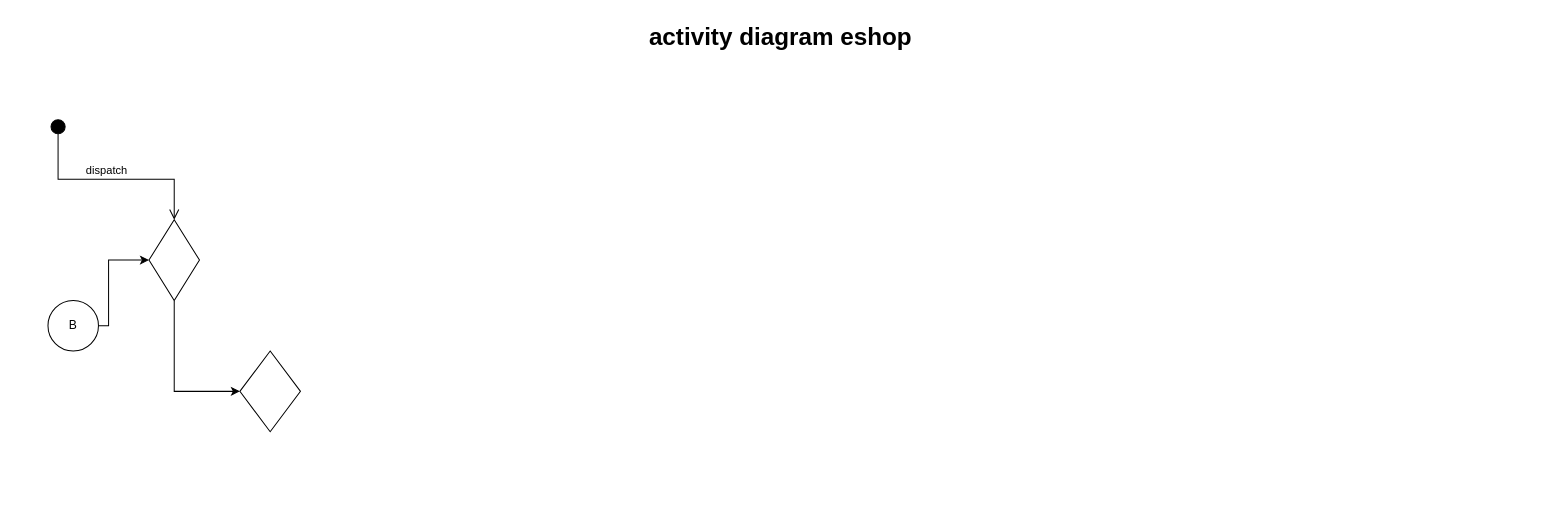
Before: Activity Diagram.drawio in Arxonus/Programms, a draw.io diagram. Source tidied: cells renumbered, new cells numbered last; positions are measured from the earlier drawing's top-left corner, leaving out a move shared by most shapes. Both pictures are drawn from the tidied source at 101%, with x=0, y=0 at pixel (17, 17).
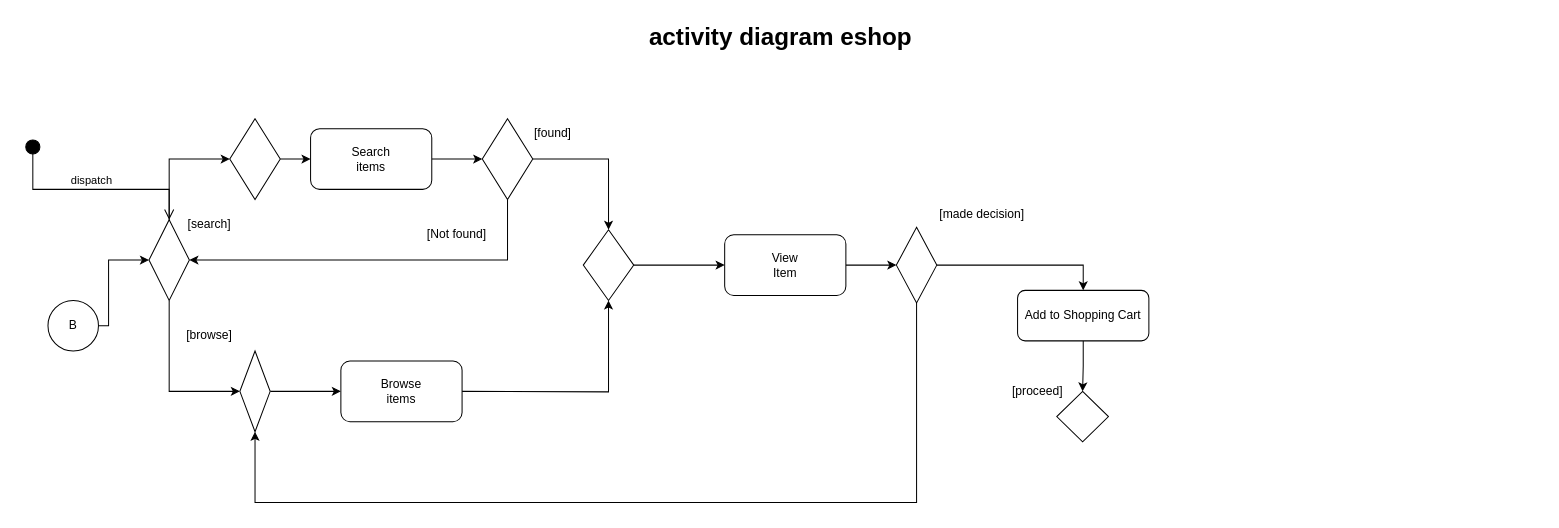
The same page after the edit.

Change to the diagram source:
```diff
@@
-    <mxCell id="3" value="dispatch" style="html=1;verticalAlign=bottom;startArrow=circle;startFill=1;endArrow=open;startSize=6;endSize=8;edgeStyle=elbowEdgeStyle;elbow=vertical;curved=0;rounded=0;entryX=0.5;entryY=0;entryDx=0;entryDy=0;" parent="1" edge="1" target="5">
-      <mxGeometry relative="1" as="geometry">
-        <mxPoint x="40" y="100" as="sourcePoint" />
-        <Array as="points">
-          <mxPoint x="130" y="160" />
-        </Array>
-      </mxGeometry>
-    </mxCell>
-    <mxCell id="4" style="edgeStyle=orthogonalEdgeStyle;rounded=0;jettySize=auto;html=1;entryX=0;entryY=0.5;entryDx=0;entryDy=0;" parent="1" edge="1" source="5" target="8">
+    <mxCell id="4" style="edgeStyle=orthogonalEdgeStyle;rounded=0;jettySize=auto;html=1;entryX=0;entryY=0.5;entryDx=0;entryDy=0;exitX=0.5;exitY=1;exitDx=0;exitDy=0;" parent="1" edge="1" source="5" target="8">
       <mxGeometry relative="1" as="geometry">
         <Array as="points">
-          <mxPoint x="155" y="370" />
+          <mxPoint x="150" y="370" />
         </Array>
       </mxGeometry>
     </mxCell>
+    <mxCell id="9" style="edgeStyle=orthogonalEdgeStyle;rounded=0;jettySize=auto;html=1;entryX=0;entryY=0.5;entryDx=0;entryDy=0;" parent="1" edge="1" source="5" target="17">
+      <mxGeometry relative="1" as="geometry">
+        <Array as="points">
+          <mxPoint x="150" y="140" />
+        </Array>
+      </mxGeometry>
+    </mxCell>
     <mxCell id="5" style="rhombus;whiteSpace=wrap;html=1;" parent="1" vertex="1">
-      <mxGeometry x="130" y="200" width="50" height="80" as="geometry" />
+      <mxGeometry x="130" y="200" width="40" height="80" as="geometry" />
     </mxCell>
@@
+    <mxCell id="10" style="edgeStyle=orthogonalEdgeStyle;rounded=0;jettySize=auto;html=1;" parent="1" edge="1" source="8">
+      <mxGeometry relative="1" as="geometry">
+        <mxPoint x="320" y="370" as="targetPoint" />
+      </mxGeometry>
+    </mxCell>
     <mxCell id="8" style="rhombus;whiteSpace=wrap;html=1;" parent="1" vertex="1">
-      <mxGeometry x="220" y="330" width="60" height="80" as="geometry" />
+      <mxGeometry x="220" y="330" width="30" height="80" as="geometry" />
     </mxCell>
+    <mxCell id="11" value="[search]" style="text;html=1;strokeColor=none;fillColor=none;align=center;verticalAlign=middle;whiteSpace=wrap;rounded=0;" parent="1" vertex="1">
+      <mxGeometry x="160" y="190" width="60" height="30" as="geometry" />
+    </mxCell>
+    <mxCell id="12" value="[browse]" style="text;html=1;strokeColor=none;fillColor=none;align=center;verticalAlign=middle;whiteSpace=wrap;rounded=0;" parent="1" vertex="1">
+      <mxGeometry x="160" y="300" width="60" height="30" as="geometry" />
+    </mxCell>
+    <mxCell id="13" style="edgeStyle=orthogonalEdgeStyle;rounded=0;jettySize=auto;html=1;entryX=0.5;entryY=1;entryDx=0;entryDy=0;" parent="1" edge="1" target="15">
+      <mxGeometry relative="1" as="geometry">
+        <mxPoint x="440" y="370" as="sourcePoint" />
+      </mxGeometry>
+    </mxCell>
+    <mxCell id="14" style="edgeStyle=orthogonalEdgeStyle;rounded=0;jettySize=auto;html=1;" parent="1" edge="1" source="15" target="27">
+      <mxGeometry relative="1" as="geometry" />
+    </mxCell>
+    <mxCell id="15" style="rhombus;whiteSpace=wrap;html=1;" parent="1" vertex="1">
+      <mxGeometry x="560" y="210" width="50" height="70" as="geometry" />
+    </mxCell>
+    <mxCell id="16" style="edgeStyle=orthogonalEdgeStyle;rounded=0;jettySize=auto;html=1;entryX=0;entryY=0.5;entryDx=0;entryDy=0;" parent="1" edge="1" source="17" target="20">
+      <mxGeometry relative="1" as="geometry" />
+    </mxCell>
+    <mxCell id="17" style="rhombus;whiteSpace=wrap;html=1;" parent="1" vertex="1">
+      <mxGeometry x="210" y="100" width="50" height="80" as="geometry" />
+    </mxCell>
+    <mxCell id="3" value="dispatch" style="html=1;verticalAlign=bottom;startArrow=circle;startFill=1;endArrow=open;startSize=6;endSize=8;edgeStyle=elbowEdgeStyle;elbow=vertical;curved=0;rounded=0;" parent="1" edge="1" target="5">
+      <mxGeometry relative="1" as="geometry">
+        <mxPoint x="15" y="120" as="sourcePoint" />
+        <Array as="points">
+          <mxPoint x="80" y="170" />
+        </Array>
+      </mxGeometry>
+    </mxCell>
+    <mxCell id="18" value="[found]" style="text;html=1;strokeColor=none;fillColor=none;align=center;verticalAlign=middle;whiteSpace=wrap;rounded=0;" parent="1" vertex="1">
+      <mxGeometry x="500" y="100" width="60" height="30" as="geometry" />
+    </mxCell>
+    <mxCell id="19" style="edgeStyle=orthogonalEdgeStyle;rounded=0;jettySize=auto;html=1;entryX=0;entryY=0.5;entryDx=0;entryDy=0;" parent="1" edge="1" source="20" target="24">
+      <mxGeometry relative="1" as="geometry" />
+    </mxCell>
+    <mxCell id="20" value="Search&lt;br style=&quot;border-color: var(--border-color);&quot;&gt;items" style="rounded=1;whiteSpace=wrap;html=1;" parent="1" vertex="1">
+      <mxGeometry x="290" y="110" width="120" height="60" as="geometry" />
+    </mxCell>
+    <mxCell id="21" value="Browse&lt;br&gt;items" style="rounded=1;whiteSpace=wrap;html=1;" parent="1" vertex="1">
+      <mxGeometry x="320" y="340" width="120" height="60" as="geometry" />
+    </mxCell>
+    <mxCell id="22" style="edgeStyle=orthogonalEdgeStyle;rounded=0;jettySize=auto;html=1;entryX=1;entryY=0.5;entryDx=0;entryDy=0;" parent="1" edge="1" source="24" target="5">
+      <mxGeometry relative="1" as="geometry">
+        <Array as="points">
+          <mxPoint x="485" y="240" />
+        </Array>
+      </mxGeometry>
+    </mxCell>
+    <mxCell id="23" style="edgeStyle=orthogonalEdgeStyle;rounded=0;jettySize=auto;html=1;entryX=0.5;entryY=0;entryDx=0;entryDy=0;" parent="1" edge="1" source="24" target="15">
+      <mxGeometry relative="1" as="geometry" />
+    </mxCell>
+    <mxCell id="24" style="rhombus;whiteSpace=wrap;html=1;" parent="1" vertex="1">
+      <mxGeometry x="460" y="100" width="50" height="80" as="geometry" />
+    </mxCell>
+    <mxCell id="25" value="[Not found]" style="text;html=1;strokeColor=none;fillColor=none;align=center;verticalAlign=middle;whiteSpace=wrap;rounded=0;" parent="1" vertex="1">
+      <mxGeometry x="400" y="200" width="70" height="30" as="geometry" />
+    </mxCell>
+    <mxCell id="26" style="edgeStyle=orthogonalEdgeStyle;rounded=0;jettySize=auto;html=1;" parent="1" edge="1" source="27" target="30">
+      <mxGeometry relative="1" as="geometry" />
+    </mxCell>
+    <mxCell id="27" value="View&lt;br&gt;Item" style="rounded=1;whiteSpace=wrap;html=1;" parent="1" vertex="1">
+      <mxGeometry x="700" y="215" width="120" height="60" as="geometry" />
+    </mxCell>
+    <mxCell id="28" style="edgeStyle=orthogonalEdgeStyle;rounded=0;jettySize=auto;html=1;entryX=0.5;entryY=1;entryDx=0;entryDy=0;" parent="1" edge="1" source="30" target="8">
+      <mxGeometry relative="1" as="geometry">
+        <Array as="points">
+          <mxPoint x="890" y="480" />
+          <mxPoint x="235" y="480" />
+        </Array>
+      </mxGeometry>
+    </mxCell>
+    <mxCell id="29" style="edgeStyle=orthogonalEdgeStyle;rounded=0;jettySize=auto;html=1;entryX=0.5;entryY=0;entryDx=0;entryDy=0;" parent="1" edge="1" source="30" target="34">
+      <mxGeometry relative="1" as="geometry">
+        <Array as="points">
+          <mxPoint x="1055" y="245" />
+        </Array>
+      </mxGeometry>
+    </mxCell>
+    <mxCell id="30" style="rhombus;whiteSpace=wrap;html=1;" parent="1" vertex="1">
+      <mxGeometry x="870" y="207.5" width="40" height="75" as="geometry" />
+    </mxCell>
+    <mxCell id="31" value="[made decision]" style="text;html=1;strokeColor=none;fillColor=none;align=center;verticalAlign=middle;whiteSpace=wrap;rounded=0;" parent="1" vertex="1">
+      <mxGeometry x="910" y="180" width="90" height="30" as="geometry" />
+    </mxCell>
+    <mxCell id="32" style="edgeStyle=orthogonalEdgeStyle;rounded=0;jettySize=auto;html=1;exitX=1;exitY=1;exitDx=0;exitDy=0;" parent="1" edge="1" source="34">
+      <mxGeometry relative="1" as="geometry">
+        <mxPoint x="1120" y="320" as="targetPoint" />
+      </mxGeometry>
+    </mxCell>
+    <mxCell id="33" style="edgeStyle=orthogonalEdgeStyle;rounded=0;jettySize=auto;html=1;entryX=0.5;entryY=0;entryDx=0;entryDy=0;" parent="1" edge="1" source="34" target="35">
+      <mxGeometry relative="1" as="geometry" />
+    </mxCell>
+    <mxCell id="34" value="Add to Shopping Cart" style="rounded=1;whiteSpace=wrap;html=1;" parent="1" vertex="1">
+      <mxGeometry x="990" y="270" width="130" height="50" as="geometry" />
+    </mxCell>
+    <mxCell id="35" style="rhombus;whiteSpace=wrap;html=1;" parent="1" vertex="1">
+      <mxGeometry x="1028.8" y="370" width="51.2" height="50" as="geometry" />
+    </mxCell>
+    <mxCell id="36" value="[proceed]" style="text;html=1;strokeColor=none;fillColor=none;align=center;verticalAlign=middle;whiteSpace=wrap;rounded=0;" parent="1" vertex="1">
+      <mxGeometry x="980" y="355" width="60" height="30" as="geometry" />
+    </mxCell>
```
